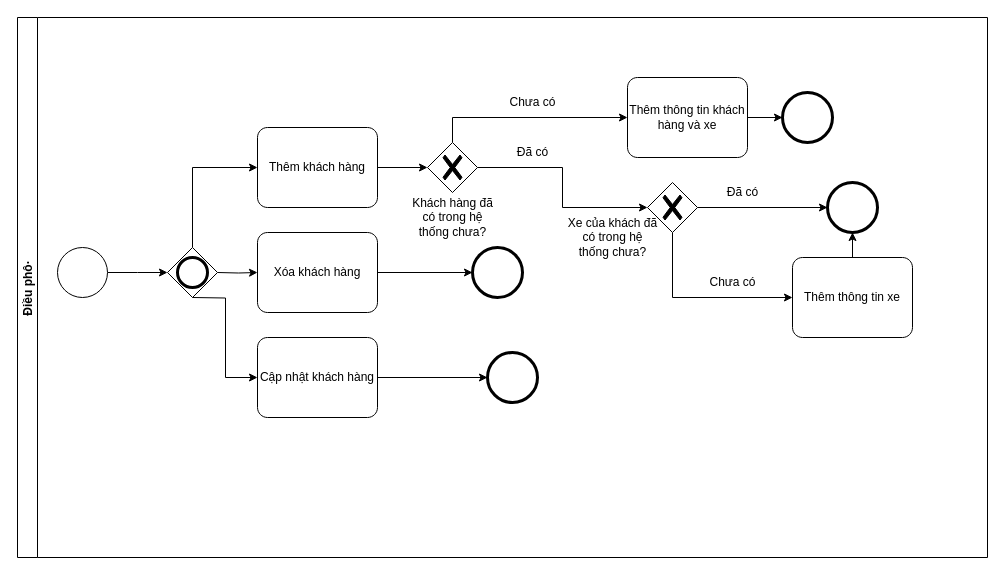
Before: page "Quản lý khách hàng" (4 of 4) of diagram/bpmn-general.drawio in thanhnt3105/SAPO-MOCK-PROJECT-QLSX, a draw.io diagram. Source tidied: cells renumbered, new cells numbered last; positions are measured from the earlier drawing's top-left corner, leaving out a move shared by most shapes. Both pictures are drawn from the tidied source at 100%, with x=0, y=0 at pixel (17, 17).
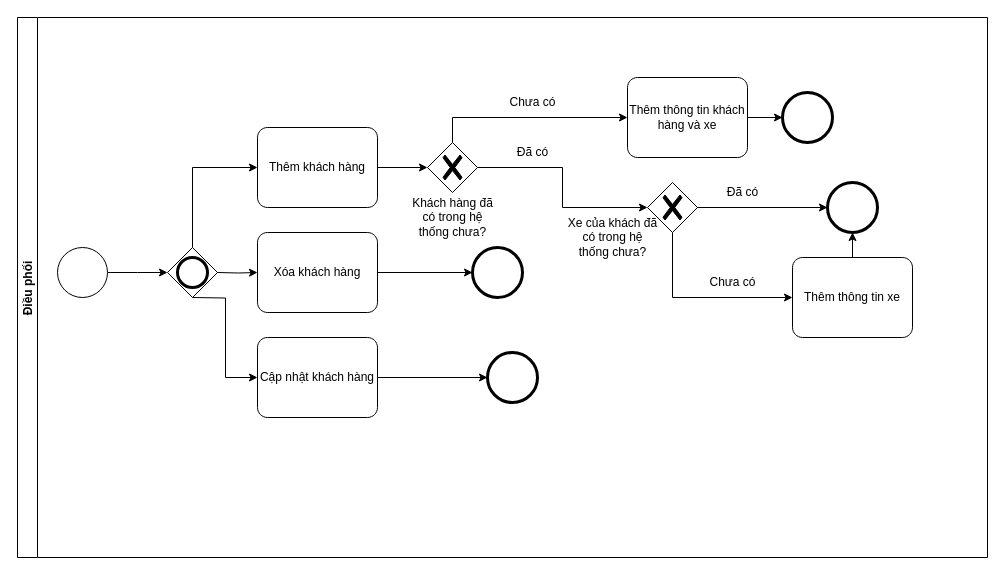
After the change.

Diff of the diagram source:
```diff
@@
-    <mxCell id="2" value="Điều phô·" style="swimlane;startSize=20;horizontal=0;rounded=0;strokeColor=default;" parent="1" vertex="1">
+    <mxCell id="2" value="Điều phối" style="swimlane;startSize=20;horizontal=0;rounded=0;strokeColor=default;" parent="1" vertex="1">
       <mxGeometry width="970" height="540" as="geometry" />
     </mxCell>
```
